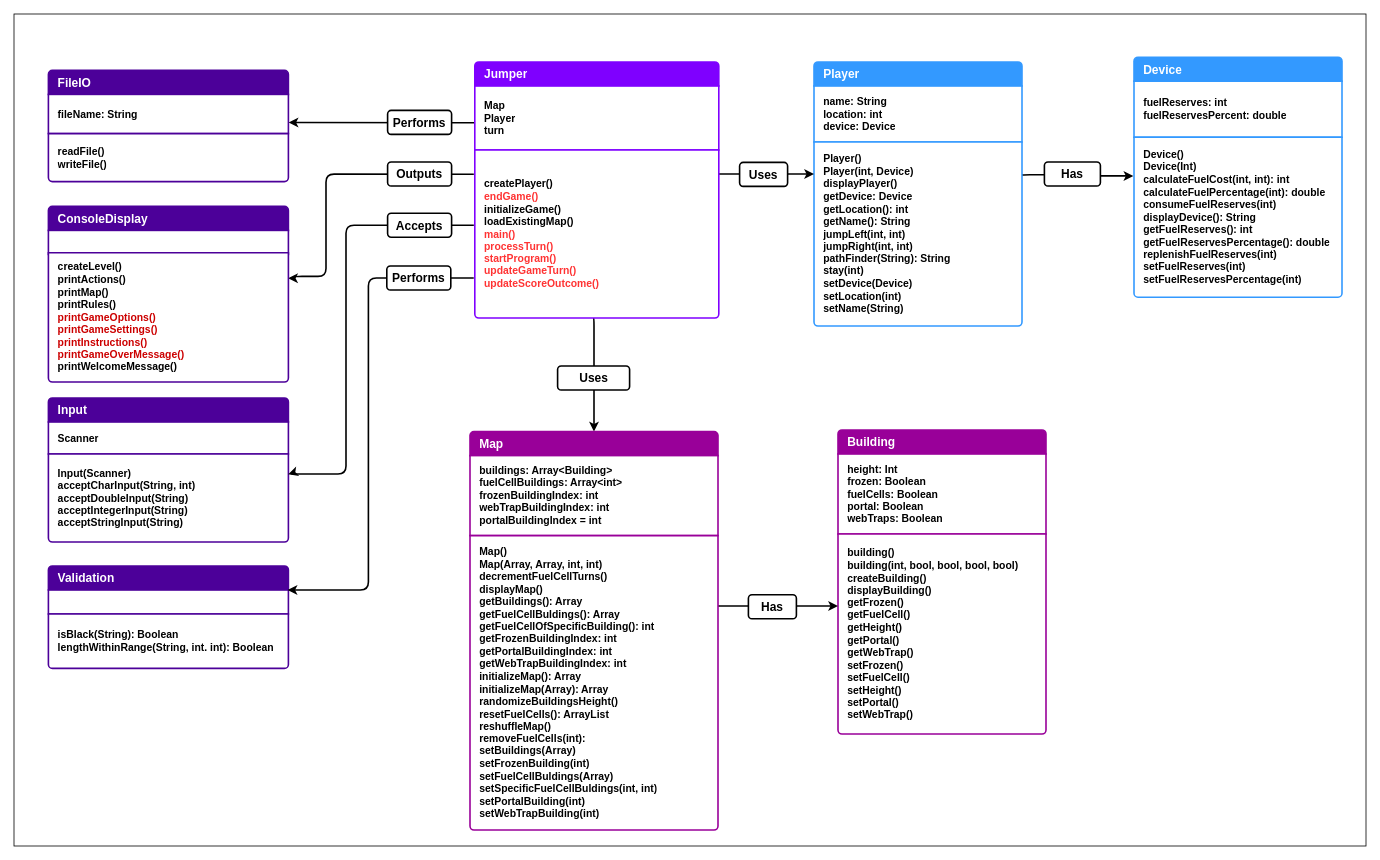
Before: Java Programming/Assignment Java Jumper/doc/ClassDiagram.drawio in ByteToBits/CompScience, a draw.io diagram. Source tidied: cells renumbered, new cells numbered last; positions are measured from the earlier drawing's top-left corner, leaving out a move shared by most shapes. Both pictures are drawn from the tidied source at 80%, with x=0, y=0 at pixel (14, 14).
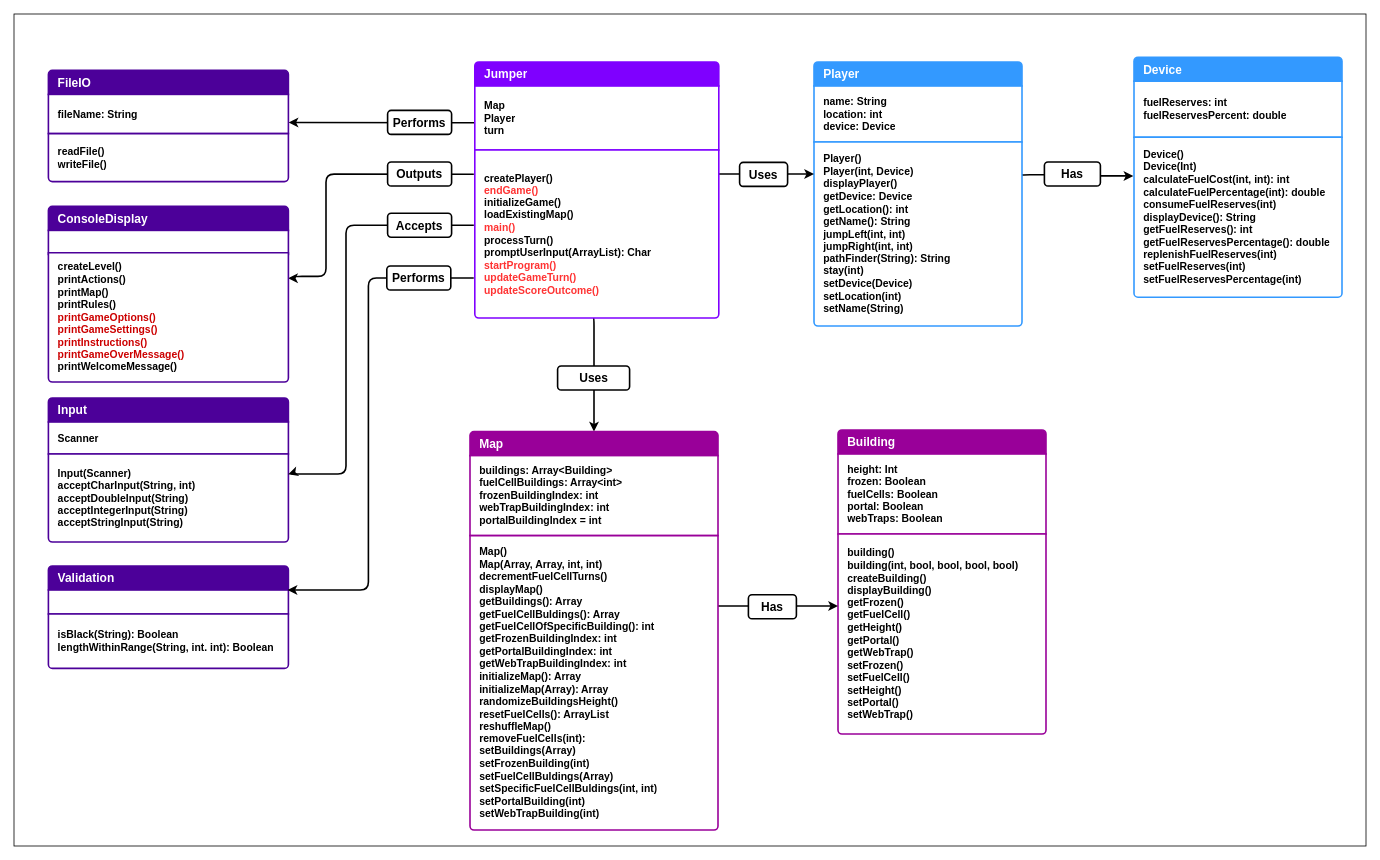
After the change.

Commit message (it also covers changes not shown here):
ProcessTurn In Progress...

What changed in the source:
```diff
@@
-    <mxCell id="47" value="&lt;strong style=&quot;background-color: initial;&quot;&gt;createPlayer()&lt;/strong&gt;&lt;br&gt;&lt;strong style=&quot;background-color: initial;&quot;&gt;&lt;font color=&quot;#ff3333&quot;&gt;endGame()&lt;/font&gt;&lt;/strong&gt;&lt;br&gt;&lt;strong style=&quot;background-color: initial;&quot;&gt;initializeGame()&lt;/strong&gt;&lt;br&gt;&lt;strong style=&quot;background-color: initial;&quot;&gt;loadExistingMap()&lt;/strong&gt;&lt;br&gt;&lt;strong style=&quot;background-color: initial;&quot;&gt;&lt;font color=&quot;#ff3333&quot;&gt;main()&lt;/font&gt;&lt;/strong&gt;&lt;br&gt;&lt;strong style=&quot;background-color: initial;&quot;&gt;&lt;font color=&quot;#ff3333&quot;&gt;processTurn()&lt;/font&gt;&lt;/strong&gt;&lt;br&gt;&lt;strong style=&quot;background-color: initial;&quot;&gt;&lt;font color=&quot;#ff3333&quot;&gt;startProgram()&lt;/font&gt;&lt;/strong&gt;&lt;br&gt;&lt;strong style=&quot;background-color: initial;&quot;&gt;&lt;font color=&quot;#ff3333&quot;&gt;updateGameTurn()&lt;/font&gt;&lt;/strong&gt;&lt;br&gt;&lt;strong style=&quot;background-color: initial;&quot;&gt;&lt;font color=&quot;#ff3333&quot;&gt;updateScoreOutcome()&lt;/font&gt;&lt;/strong&gt;" style="text;strokeColor=#7F00FF;fillColor=#FFFFFF;align=left;verticalAlign=middle;spacingLeft=10;spacingRight=10;overflow=hidden;points=[[0,0.5],[1,0.5]];portConstraint=eastwest;whiteSpace=wrap;html=1;shape=mxgraph.bootstrap.bottomButton;rSize=5;fontColor=#000000;strokeWidth=2;labelPadding=0;labelBorderColor=none;fontSize=13;fontStyle=1;shadow=0;perimeterSpacing=0;swimlaneLine=0;" parent="1" vertex="1">
+    <mxCell id="47" value="&lt;strong style=&quot;background-color: initial;&quot;&gt;createPlayer()&lt;/strong&gt;&lt;br&gt;&lt;strong style=&quot;background-color: initial;&quot;&gt;&lt;font color=&quot;#ff3333&quot;&gt;endGame()&lt;/font&gt;&lt;/strong&gt;&lt;br&gt;&lt;strong style=&quot;background-color: initial;&quot;&gt;initializeGame()&lt;/strong&gt;&lt;br&gt;&lt;strong style=&quot;background-color: initial;&quot;&gt;loadExistingMap()&lt;/strong&gt;&lt;br&gt;&lt;strong style=&quot;background-color: initial;&quot;&gt;&lt;font color=&quot;#ff3333&quot;&gt;main()&lt;/font&gt;&lt;/strong&gt;&lt;br&gt;&lt;strong style=&quot;background-color: initial;&quot;&gt;processTurn()&lt;/strong&gt;&lt;div&gt;promptUserInput(ArrayList): Char&lt;/div&gt;&lt;div&gt;&lt;strong style=&quot;background-color: initial;&quot;&gt;&lt;font color=&quot;#ff3333&quot;&gt;startProgram()&lt;/font&gt;&lt;/strong&gt;&lt;br&gt;&lt;strong style=&quot;background-color: initial;&quot;&gt;&lt;font color=&quot;#ff3333&quot;&gt;updateGameTurn()&lt;/font&gt;&lt;/strong&gt;&lt;br&gt;&lt;strong style=&quot;background-color: initial;&quot;&gt;&lt;font color=&quot;#ff3333&quot;&gt;updateScoreOutcome()&lt;/font&gt;&lt;/strong&gt;&lt;/div&gt;" style="text;strokeColor=#7F00FF;fillColor=#FFFFFF;align=left;verticalAlign=middle;spacingLeft=10;spacingRight=10;overflow=hidden;points=[[0,0.5],[1,0.5]];portConstraint=eastwest;whiteSpace=wrap;html=1;shape=mxgraph.bootstrap.bottomButton;rSize=5;fontColor=#000000;strokeWidth=2;labelPadding=0;labelBorderColor=none;fontSize=13;fontStyle=1;shadow=0;perimeterSpacing=0;swimlaneLine=0;" parent="1" vertex="1">
       <mxGeometry x="576" y="170" width="305" height="210" as="geometry" />
     </mxCell>
```
